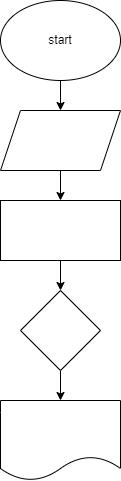
The draw.io diagram 123.drawio.png in AnnaMorozova1/test1, before a commit. Source tidied: cells renumbered, new cells last; positions are measured from the earlier drawing's top-left corner, leaving out a move shared by most shapes. The source it was exported from:
```xml
<mxGraphModel>
  <root>
    <mxCell id="0" />
    <mxCell id="1" parent="0" />
    <mxCell id="2" style="edgeStyle=none;html=1;" parent="1" edge="1" source="3" target="5">
      <mxGeometry relative="1" as="geometry" />
    </mxCell>
    <mxCell id="3" value="start" style="ellipse;whiteSpace=wrap;html=1;" parent="1" vertex="1">
      <mxGeometry width="120" height="80" as="geometry" />
    </mxCell>
    <mxCell id="4" style="edgeStyle=none;html=1;" parent="1" edge="1" source="5" target="7">
      <mxGeometry relative="1" as="geometry" />
    </mxCell>
    <mxCell id="5" style="shape=parallelogram;perimeter=parallelogramPerimeter;whiteSpace=wrap;html=1;fixedSize=1;" parent="1" vertex="1">
      <mxGeometry y="110" width="120" height="60" as="geometry" />
    </mxCell>
    <mxCell id="6" style="edgeStyle=none;html=1;" parent="1" edge="1" source="7" target="9">
      <mxGeometry relative="1" as="geometry" />
    </mxCell>
    <mxCell id="7" style="whiteSpace=wrap;html=1;" parent="1" vertex="1">
      <mxGeometry y="200" width="120" height="60" as="geometry" />
    </mxCell>
    <mxCell id="8" style="edgeStyle=none;html=1;" parent="1" edge="1" source="9" target="10">
      <mxGeometry relative="1" as="geometry" />
    </mxCell>
    <mxCell id="9" style="rhombus;whiteSpace=wrap;html=1;" parent="1" vertex="1">
      <mxGeometry x="20" y="290" width="80" height="80" as="geometry" />
    </mxCell>
    <mxCell id="10" style="shape=document;whiteSpace=wrap;html=1;boundedLbl=1;" parent="1" vertex="1">
      <mxGeometry y="400" width="120" height="80" as="geometry" />
    </mxCell>
  </root>
</mxGraphModel>
```
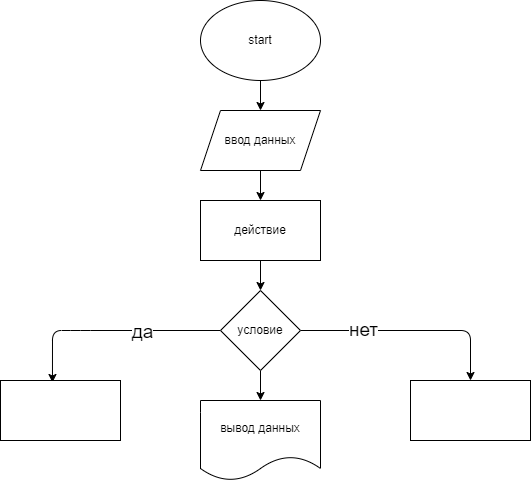
The same file after the commit.

The edit, as a diff of the source:
```diff
@@ -11,23 +11,50 @@
     <mxCell id="4" style="edgeStyle=none;html=1;" parent="1" edge="1" source="5" target="7">
       <mxGeometry relative="1" as="geometry" />
     </mxCell>
-    <mxCell id="5" style="shape=parallelogram;perimeter=parallelogramPerimeter;whiteSpace=wrap;html=1;fixedSize=1;" parent="1" vertex="1">
+    <mxCell id="5" value="ввод данных" style="shape=parallelogram;perimeter=parallelogramPerimeter;whiteSpace=wrap;html=1;fixedSize=1;" parent="1" vertex="1">
       <mxGeometry y="110" width="120" height="60" as="geometry" />
     </mxCell>
     <mxCell id="6" style="edgeStyle=none;html=1;" parent="1" edge="1" source="7" target="9">
       <mxGeometry relative="1" as="geometry" />
     </mxCell>
-    <mxCell id="7" style="whiteSpace=wrap;html=1;" parent="1" vertex="1">
+    <mxCell id="7" value="действие" style="whiteSpace=wrap;html=1;" parent="1" vertex="1">
       <mxGeometry y="200" width="120" height="60" as="geometry" />
     </mxCell>
     <mxCell id="8" style="edgeStyle=none;html=1;" parent="1" edge="1" source="9" target="10">
       <mxGeometry relative="1" as="geometry" />
     </mxCell>
+    <mxCell id="11" style="edgeStyle=none;html=1;entryX=0.433;entryY=0.033;entryDx=0;entryDy=0;entryPerimeter=0;" parent="1" edge="1" source="9" target="15">
+      <mxGeometry relative="1" as="geometry">
+        <Array as="points">
+          <mxPoint x="-120" y="330" />
+          <mxPoint x="-148" y="330" />
+        </Array>
+      </mxGeometry>
+    </mxCell>
+    <mxCell id="12" value="&lt;font style=&quot;font-size: 19px&quot;&gt;да&lt;/font&gt;" style="edgeLabel;html=1;align=center;verticalAlign=middle;" parent="11" vertex="1">
+      <mxGeometry x="-0.28" y="1" relative="1" as="geometry" />
+    </mxCell>
+    <mxCell id="13" style="edgeStyle=none;html=1;entryX=0.5;entryY=0;entryDx=0;entryDy=0;" parent="1" edge="1" source="9" target="16">
+      <mxGeometry relative="1" as="geometry">
+        <Array as="points">
+          <mxPoint x="270" y="330" />
+        </Array>
+      </mxGeometry>
+    </mxCell>
+    <mxCell id="14" value="нет" style="edgeLabel;html=1;align=center;verticalAlign=middle;fontSize=19;" parent="13" vertex="1">
+      <mxGeometry x="-0.44" y="1" relative="1" as="geometry" />
+    </mxCell>
-    <mxCell id="9" style="rhombus;whiteSpace=wrap;html=1;" parent="1" vertex="1">
+    <mxCell id="9" value="условие" style="rhombus;whiteSpace=wrap;html=1;" parent="1" vertex="1">
       <mxGeometry x="20" y="290" width="80" height="80" as="geometry" />
     </mxCell>
-    <mxCell id="10" style="shape=document;whiteSpace=wrap;html=1;boundedLbl=1;" parent="1" vertex="1">
+    <mxCell id="10" value="вывод данных" style="shape=document;whiteSpace=wrap;html=1;boundedLbl=1;" parent="1" vertex="1">
       <mxGeometry y="400" width="120" height="80" as="geometry" />
     </mxCell>
+    <mxCell id="15" style="rounded=0;whiteSpace=wrap;html=1;" parent="1" vertex="1">
+      <mxGeometry x="-200" y="380" width="120" height="60" as="geometry" />
+    </mxCell>
+    <mxCell id="16" style="rounded=0;whiteSpace=wrap;html=1;" parent="1" vertex="1">
+      <mxGeometry x="210" y="380" width="120" height="60" as="geometry" />
+    </mxCell>
   </root>
 </mxGraphModel>
```
